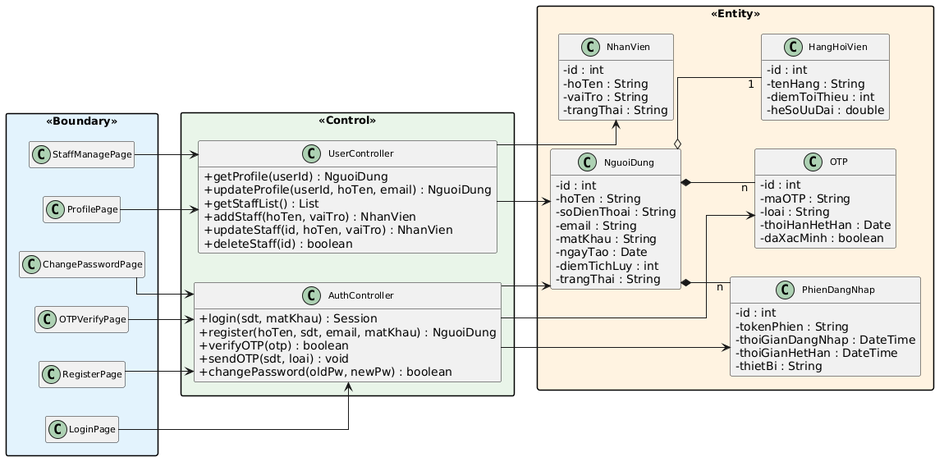
The PlantUML diagram output/diagrams/account_mvc_class.png in thanhtrnnn/cnpm, before a commit. The source it was exported from:
```plantuml
@startuml
left to right direction
skinparam linetype ortho
skinparam packageStyle rectangle
skinparam classAttributeIconSize 0
skinparam classFontSize 11
skinparam packageFontSize 13
hide empty members

package "<<Boundary>>" #E3F2FD {
  class LoginPage
  class RegisterPage
  class OTPVerifyPage
  class ChangePasswordPage
  class ProfilePage
  class StaffManagePage
}

package "<<Control>>" #E8F5E9 {
  class AuthController {
    +login(sdt, matKhau) : Session
    +register(hoTen, sdt, email, matKhau) : NguoiDung
    +verifyOTP(otp) : boolean
    +sendOTP(sdt, loai) : void
    +changePassword(oldPw, newPw) : boolean
  }
  class UserController {
    +getProfile(userId) : NguoiDung
    +updateProfile(userId, hoTen, email) : NguoiDung
    +getStaffList() : List
    +addStaff(hoTen, vaiTro) : NhanVien
    +updateStaff(id, hoTen, vaiTro) : NhanVien
    +deleteStaff(id) : boolean
  }
}

package "<<Entity>>" #FFF3E0 {
  class NguoiDung {
    -id : int
    -hoTen : String
    -soDienThoai : String
    -email : String
    -matKhau : String
    -ngayTao : Date
    -diemTichLuy : int
    -trangThai : String
  }
  class HangHoiVien {
    -id : int
    -tenHang : String
    -diemToiThieu : int
    -heSoUuDai : double
  }
  class OTP {
    -id : int
    -maOTP : String
    -loai : String
    -thoiHanHetHan : Date
    -daXacMinh : boolean
  }
  class PhienDangNhap {
    -id : int
    -tokenPhien : String
    -thoiGianDangNhap : DateTime
    -thoiGianHetHan : DateTime
    -thietBi : String
  }
  class NhanVien {
    -id : int
    -hoTen : String
    -vaiTro : String
    -trangThai : String
  }
}

LoginPage --> AuthController
RegisterPage --> AuthController
OTPVerifyPage --> AuthController
ChangePasswordPage --> AuthController
ProfilePage --> UserController
StaffManagePage --> UserController

AuthController --> NguoiDung
AuthController --> OTP
AuthController --> PhienDangNhap
UserController --> NguoiDung
UserController --> NhanVien

NguoiDung o-- "1" HangHoiVien
NguoiDung *-- "n" OTP
NguoiDung *-- "n" PhienDangNhap
@enduml
```
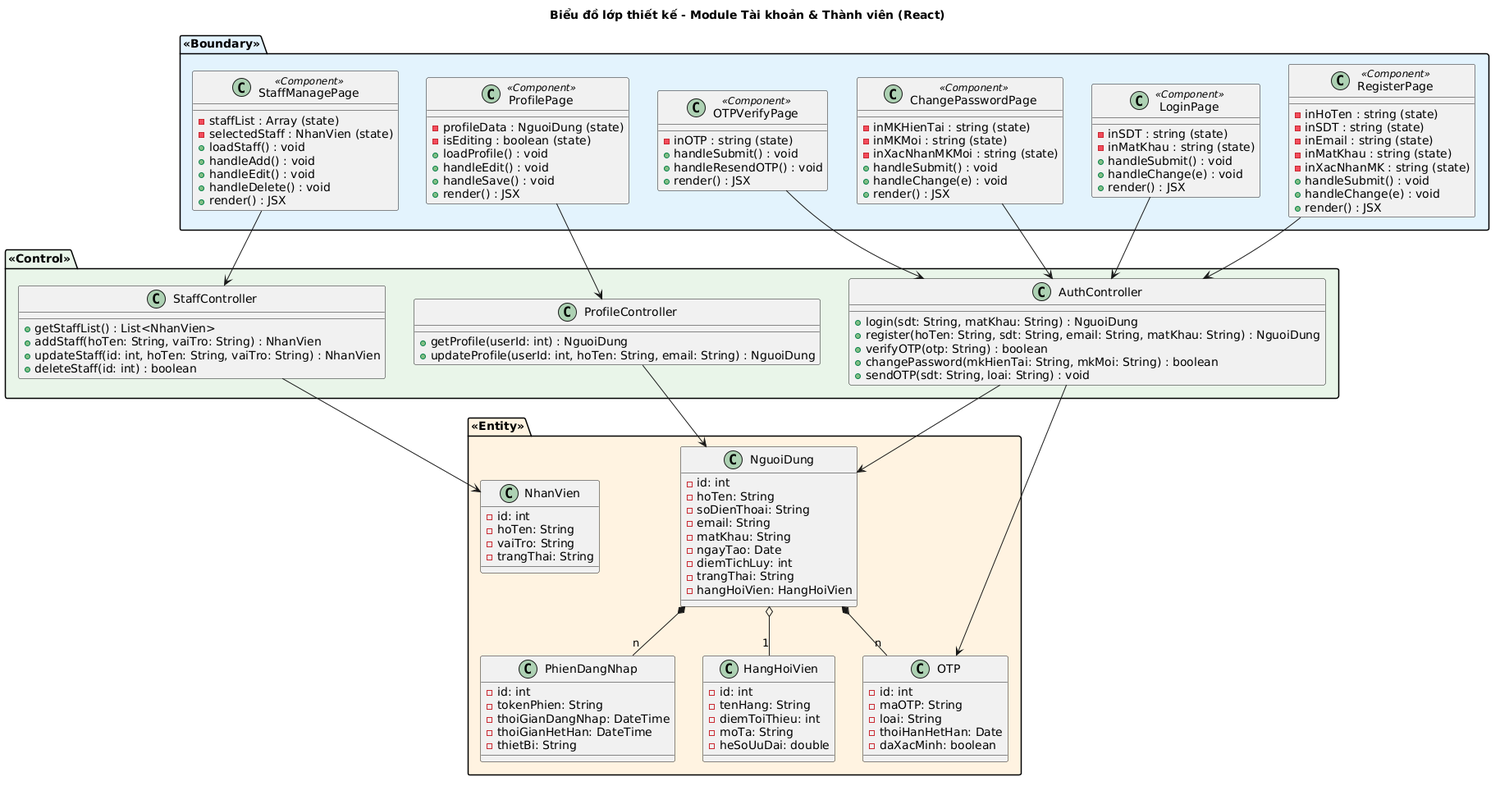
Later version of the same file.

Commit message:
feat: Controller pattern + Page classes + properties/methods for account module

What changed in the source:
```diff
@@ -1,75 +1,115 @@
 @startuml
-left to right direction
-skinparam linetype ortho
-skinparam packageStyle rectangle
-skinparam classAttributeIconSize 0
-skinparam classFontSize 11
-skinparam packageFontSize 13
-hide empty members
+title Biểu đồ lớp thiết kế - Module Tài khoản & Thành viên (React)
 
 package "<<Boundary>>" #E3F2FD {
-  class LoginPage
-  class RegisterPage
-  class OTPVerifyPage
-  class ChangePasswordPage
-  class ProfilePage
-  class StaffManagePage
+  class LoginPage <<Component>> {
+    -inSDT : string (state)
+    -inMatKhau : string (state)
+    +handleSubmit() : void
+    +handleChange(e) : void
+    +render() : JSX
+  }
+  class RegisterPage <<Component>> {
+    -inHoTen : string (state)
+    -inSDT : string (state)
+    -inEmail : string (state)
+    -inMatKhau : string (state)
+    -inXacNhanMK : string (state)
+    +handleSubmit() : void
+    +handleChange(e) : void
+    +render() : JSX
+  }
+  class OTPVerifyPage <<Component>> {
+    -inOTP : string (state)
+    +handleSubmit() : void
+    +handleResendOTP() : void
+    +render() : JSX
+  }
+  class ChangePasswordPage <<Component>> {
+    -inMKHienTai : string (state)
+    -inMKMoi : string (state)
+    -inXacNhanMKMoi : string (state)
+    +handleSubmit() : void
+    +handleChange(e) : void
+    +render() : JSX
+  }
+  class ProfilePage <<Component>> {
+    -profileData : NguoiDung (state)
+    -isEditing : boolean (state)
+    +loadProfile() : void
+    +handleEdit() : void
+    +handleSave() : void
+    +render() : JSX
+  }
+  class StaffManagePage <<Component>> {
+    -staffList : Array (state)
+    -selectedStaff : NhanVien (state)
+    +loadStaff() : void
+    +handleAdd() : void
+    +handleEdit() : void
+    +handleDelete() : void
+    +render() : JSX
+  }
 }
 
 package "<<Control>>" #E8F5E9 {
   class AuthController {
-    +login(sdt, matKhau) : Session
-    +register(hoTen, sdt, email, matKhau) : NguoiDung
-    +verifyOTP(otp) : boolean
-    +sendOTP(sdt, loai) : void
-    +changePassword(oldPw, newPw) : boolean
+    +login(sdt: String, matKhau: String) : NguoiDung
+    +register(hoTen: String, sdt: String, email: String, matKhau: String) : NguoiDung
+    +verifyOTP(otp: String) : boolean
+    +changePassword(mkHienTai: String, mkMoi: String) : boolean
+    +sendOTP(sdt: String, loai: String) : void
   }
-  class UserController {
-    +getProfile(userId) : NguoiDung
-    +updateProfile(userId, hoTen, email) : NguoiDung
-    +getStaffList() : List
-    +addStaff(hoTen, vaiTro) : NhanVien
-    +updateStaff(id, hoTen, vaiTro) : NhanVien
-    +deleteStaff(id) : boolean
+  class ProfileController {
+    +getProfile(userId: int) : NguoiDung
+    +updateProfile(userId: int, hoTen: String, email: String) : NguoiDung
+  }
+  class StaffController {
+    +getStaffList() : List<NhanVien>
+    +addStaff(hoTen: String, vaiTro: String) : NhanVien
+    +updateStaff(id: int, hoTen: String, vaiTro: String) : NhanVien
+    +deleteStaff(id: int) : boolean
   }
 }
 
 package "<<Entity>>" #FFF3E0 {
   class NguoiDung {
-    -id : int
-    -hoTen : String
-    -soDienThoai : String
-    -email : String
-    -matKhau : String
-    -ngayTao : Date
-    -diemTichLuy : int
-    -trangThai : String
+    -id: int
+    -hoTen: String
+    -soDienThoai: String
+    -email: String
+    -matKhau: String
+    -ngayTao: Date
+    -diemTichLuy: int
+    -trangThai: String
+    -hangHoiVien: HangHoiVien
   }
   class HangHoiVien {
-    -id : int
-    -tenHang : String
-    -diemToiThieu : int
-    -heSoUuDai : double
+    -id: int
+    -tenHang: String
+    -diemToiThieu: int
+    -moTa: String
+    -heSoUuDai: double
   }
   class OTP {
-    -id : int
-    -maOTP : String
-    -loai : String
-    -thoiHanHetHan : Date
-    -daXacMinh : boolean
+    -id: int
+    -maOTP: String
+    -loai: String
+    -thoiHanHetHan: Date
+    -daXacMinh: boolean
   }
   class PhienDangNhap {
-    -id : int
-    -tokenPhien : String
-    -thoiGianDangNhap : DateTime
-    -thoiGianHetHan : DateTime
-    -thietBi : String
+    -id: int
+    -tokenPhien: String
+    -thoiGianDangNhap: DateTime
+    -thoiGianHetHan: DateTime
+    -thietBi: String
   }
   class NhanVien {
-    -id : int
-    -hoTen : String
-    -vaiTro : String
-    -trangThai : String
+    -id: int
+    -hoTen: String
+    -vaiTro: String
+    -trangThai: String
   }
 }
 
@@ -77,14 +117,13 @@
 RegisterPage --> AuthController
 OTPVerifyPage --> AuthController
 ChangePasswordPage --> AuthController
-ProfilePage --> UserController
-StaffManagePage --> UserController
+ProfilePage --> ProfileController
+StaffManagePage --> StaffController
 
 AuthController --> NguoiDung
 AuthController --> OTP
-AuthController --> PhienDangNhap
-UserController --> NguoiDung
-UserController --> NhanVien
+ProfileController --> NguoiDung
+StaffController --> NhanVien
 
 NguoiDung o-- "1" HangHoiVien
 NguoiDung *-- "n" OTP
```
